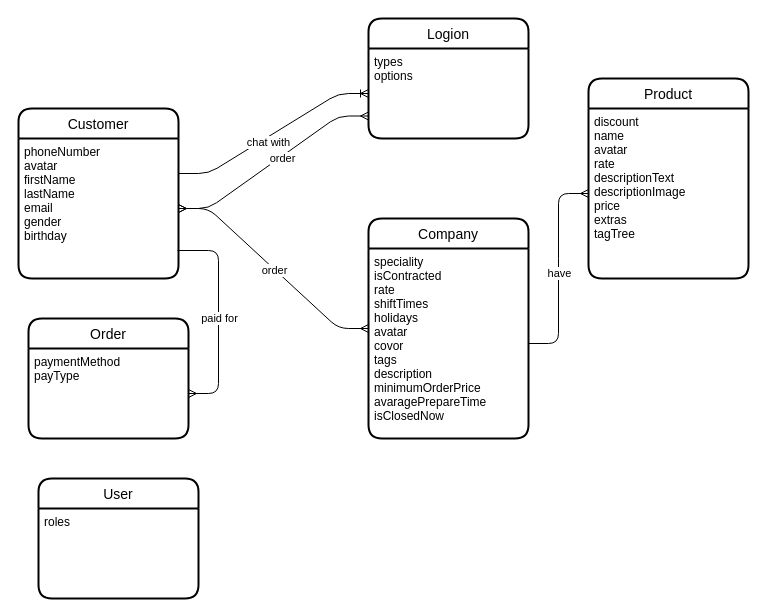
The draw.io diagram page "conceptual model" (1 of 2) of Delibox Diagram.drawio in DELIBOXsa/delibox-ER, before the edit. Source tidied: cells renumbered, new cells numbered last; positions are measured from the earlier drawing's top-left corner, leaving out a move shared by most shapes. Both pictures are drawn from the tidied source at 100%, with x=0, y=0 at pixel (18, 18).
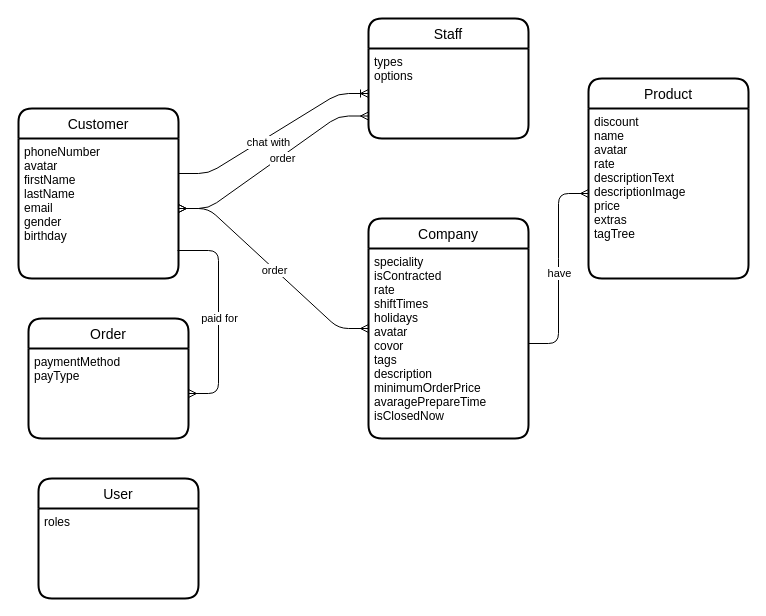
The same page after the edit.

Change to the diagram source:
```diff
@@
-    <mxCell id="8" value="Logion " style="swimlane;horizontal=1;startSize=30;rounded=1;fontSize=14;fontStyle=0;strokeWidth=2;shadow=0;dashed=0;align=center;" parent="1" vertex="1">
+    <mxCell id="8" value="Staff" style="swimlane;horizontal=1;startSize=30;rounded=1;fontSize=14;fontStyle=0;strokeWidth=2;shadow=0;dashed=0;align=center;" parent="1" vertex="1">
       <mxGeometry x="350" width="160" height="120" as="geometry" />
     </mxCell>
```
